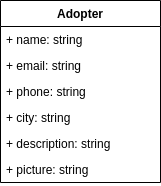
brunoaragao/AdoPet keeps this draw.io diagram as img/pet-adoption-service-class-diagram.drawio.png. Above is the earlier version. Source tidied: cells renumbered, new cells last; positions are measured from the earlier drawing's top-left corner, leaving out a move shared by most shapes. The source it was exported from:
```xml
<mxGraphModel>
  <root>
    <mxCell id="0" />
    <mxCell id="1" parent="0" />
    <mxCell id="2" value="Adopter" style="swimlane;fontStyle=1;align=center;verticalAlign=top;horizontal=1;startSize=26;" parent="1" vertex="1">
      <mxGeometry width="160" height="182" as="geometry" />
    </mxCell>
    <mxCell id="3" value="+ name: string" style="text;strokeColor=none;fillColor=none;align=left;verticalAlign=top;spacingLeft=4;spacingRight=4;overflow=hidden;" parent="2" vertex="1">
      <mxGeometry y="26" width="160" height="26" as="geometry" />
    </mxCell>
    <mxCell id="4" value="+ email: string" style="text;strokeColor=none;fillColor=none;align=left;verticalAlign=top;spacingLeft=4;spacingRight=4;overflow=hidden;" parent="2" vertex="1">
      <mxGeometry y="52" width="160" height="26" as="geometry" />
    </mxCell>
    <mxCell id="5" value="+ phone: string" style="text;strokeColor=none;fillColor=none;align=left;verticalAlign=top;spacingLeft=4;spacingRight=4;overflow=hidden;" parent="2" vertex="1">
      <mxGeometry y="78" width="160" height="26" as="geometry" />
    </mxCell>
    <mxCell id="6" value="+ city: string" style="text;strokeColor=none;fillColor=none;align=left;verticalAlign=top;spacingLeft=4;spacingRight=4;overflow=hidden;" parent="2" vertex="1">
      <mxGeometry y="104" width="160" height="26" as="geometry" />
    </mxCell>
    <mxCell id="7" value="+ description: string" style="text;strokeColor=none;fillColor=none;align=left;verticalAlign=top;spacingLeft=4;spacingRight=4;overflow=hidden;" parent="2" vertex="1">
      <mxGeometry y="130" width="160" height="26" as="geometry" />
    </mxCell>
    <mxCell id="8" value="+ picture: string" style="text;strokeColor=none;fillColor=none;align=left;verticalAlign=top;spacingLeft=4;spacingRight=4;overflow=hidden;" parent="2" vertex="1">
      <mxGeometry y="156" width="160" height="26" as="geometry" />
    </mxCell>
  </root>
</mxGraphModel>
```
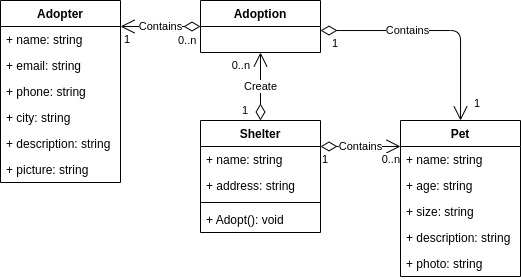
Above is the later version.

Change to the diagram source:
```diff
@@ -3,25 +3,123 @@
     <mxCell id="0" />
     <mxCell id="1" parent="0" />
     <mxCell id="2" value="Adopter" style="swimlane;fontStyle=1;align=center;verticalAlign=top;horizontal=1;startSize=26;" parent="1" vertex="1">
-      <mxGeometry width="160" height="182" as="geometry" />
+      <mxGeometry width="120" height="182" as="geometry" />
     </mxCell>
     <mxCell id="3" value="+ name: string" style="text;strokeColor=none;fillColor=none;align=left;verticalAlign=top;spacingLeft=4;spacingRight=4;overflow=hidden;" parent="2" vertex="1">
-      <mxGeometry y="26" width="160" height="26" as="geometry" />
+      <mxGeometry y="26" width="120" height="26" as="geometry" />
     </mxCell>
     <mxCell id="4" value="+ email: string" style="text;strokeColor=none;fillColor=none;align=left;verticalAlign=top;spacingLeft=4;spacingRight=4;overflow=hidden;" parent="2" vertex="1">
-      <mxGeometry y="52" width="160" height="26" as="geometry" />
+      <mxGeometry y="52" width="120" height="26" as="geometry" />
     </mxCell>
     <mxCell id="5" value="+ phone: string" style="text;strokeColor=none;fillColor=none;align=left;verticalAlign=top;spacingLeft=4;spacingRight=4;overflow=hidden;" parent="2" vertex="1">
-      <mxGeometry y="78" width="160" height="26" as="geometry" />
+      <mxGeometry y="78" width="120" height="26" as="geometry" />
     </mxCell>
     <mxCell id="6" value="+ city: string" style="text;strokeColor=none;fillColor=none;align=left;verticalAlign=top;spacingLeft=4;spacingRight=4;overflow=hidden;" parent="2" vertex="1">
-      <mxGeometry y="104" width="160" height="26" as="geometry" />
+      <mxGeometry y="104" width="120" height="26" as="geometry" />
     </mxCell>
     <mxCell id="7" value="+ description: string" style="text;strokeColor=none;fillColor=none;align=left;verticalAlign=top;spacingLeft=4;spacingRight=4;overflow=hidden;" parent="2" vertex="1">
-      <mxGeometry y="130" width="160" height="26" as="geometry" />
+      <mxGeometry y="130" width="120" height="26" as="geometry" />
     </mxCell>
     <mxCell id="8" value="+ picture: string" style="text;strokeColor=none;fillColor=none;align=left;verticalAlign=top;spacingLeft=4;spacingRight=4;overflow=hidden;" parent="2" vertex="1">
-      <mxGeometry y="156" width="160" height="26" as="geometry" />
+      <mxGeometry y="156" width="120" height="26" as="geometry" />
     </mxCell>
+    <mxCell id="9" value="Shelter" style="swimlane;fontStyle=1;align=center;verticalAlign=top;horizontal=1;startSize=26;" parent="1" vertex="1">
+      <mxGeometry x="200" y="120" width="120" height="112" as="geometry" />
+    </mxCell>
+    <mxCell id="10" value="+ name: string" style="text;strokeColor=none;fillColor=none;align=left;verticalAlign=top;spacingLeft=4;spacingRight=4;overflow=hidden;" parent="9" vertex="1">
+      <mxGeometry y="26" width="120" height="26" as="geometry" />
+    </mxCell>
+    <mxCell id="11" value="+ address: string" style="text;strokeColor=none;fillColor=none;align=left;verticalAlign=top;spacingLeft=4;spacingRight=4;overflow=hidden;" parent="9" vertex="1">
+      <mxGeometry y="52" width="120" height="26" as="geometry" />
+    </mxCell>
+    <mxCell id="12" style="line;strokeWidth=1;fillColor=none;align=left;verticalAlign=middle;spacingTop=-1;spacingLeft=3;spacingRight=3;labelPosition=right;strokeColor=inherit;" parent="9" vertex="1">
+      <mxGeometry y="78" width="120" height="8" as="geometry" />
+    </mxCell>
+    <mxCell id="13" value="+ Adopt(): void" style="text;strokeColor=none;fillColor=none;align=left;verticalAlign=top;spacingLeft=4;spacingRight=4;overflow=hidden;" parent="9" vertex="1">
+      <mxGeometry y="86" width="120" height="26" as="geometry" />
+    </mxCell>
+    <mxCell id="14" value="Adoption" style="swimlane;fontStyle=1;align=center;verticalAlign=top;horizontal=1;startSize=26;" parent="1" vertex="1">
+      <mxGeometry x="200" width="120" height="52" as="geometry" />
+    </mxCell>
+    <mxCell id="15" value="Pet" style="swimlane;fontStyle=1;align=center;verticalAlign=top;horizontal=1;startSize=26;" parent="1" vertex="1">
+      <mxGeometry x="400" y="120" width="120" height="156" as="geometry" />
+    </mxCell>
+    <mxCell id="16" value="+ name: string" style="text;strokeColor=none;fillColor=none;align=left;verticalAlign=top;spacingLeft=4;spacingRight=4;overflow=hidden;" parent="15" vertex="1">
+      <mxGeometry y="26" width="120" height="26" as="geometry" />
+    </mxCell>
+    <mxCell id="17" value="+ age: string" style="text;strokeColor=none;fillColor=none;align=left;verticalAlign=top;spacingLeft=4;spacingRight=4;overflow=hidden;" parent="15" vertex="1">
+      <mxGeometry y="52" width="120" height="26" as="geometry" />
+    </mxCell>
+    <mxCell id="18" value="+ size: string" style="text;strokeColor=none;fillColor=none;align=left;verticalAlign=top;spacingLeft=4;spacingRight=4;overflow=hidden;" parent="15" vertex="1">
+      <mxGeometry y="78" width="120" height="26" as="geometry" />
+    </mxCell>
+    <mxCell id="19" value="+ description: string" style="text;strokeColor=none;fillColor=none;align=left;verticalAlign=top;spacingLeft=4;spacingRight=4;overflow=hidden;" parent="15" vertex="1">
+      <mxGeometry y="104" width="120" height="26" as="geometry" />
+    </mxCell>
+    <mxCell id="20" value="+ photo: string" style="text;strokeColor=none;fillColor=none;align=left;verticalAlign=top;spacingLeft=4;spacingRight=4;overflow=hidden;" parent="15" vertex="1">
+      <mxGeometry y="130" width="120" height="26" as="geometry" />
+    </mxCell>
+    <mxCell id="21" value="Contains" style="endArrow=open;html=1;endSize=12;startArrow=diamondThin;startSize=14;startFill=0;edgeStyle=orthogonalEdgeStyle;" parent="1" edge="1" source="14" target="15">
+      <mxGeometry x="-0.24" relative="1" as="geometry">
+        <Array as="points">
+          <mxPoint x="460" y="30" />
+        </Array>
+      </mxGeometry>
+    </mxCell>
+    <mxCell id="22" value="1" style="edgeLabel;html=1;align=left;verticalAlign=top;" parent="21" vertex="1">
+      <mxGeometry x="-1" relative="1" as="geometry">
+        <mxPoint x="10" as="offset" />
+      </mxGeometry>
+    </mxCell>
+    <mxCell id="23" value="1" style="edgeLabel;html=1;align=right;verticalAlign=top;" parent="21" vertex="1">
+      <mxGeometry x="1" relative="1" as="geometry">
+        <mxPoint x="20" y="-30" as="offset" />
+      </mxGeometry>
+    </mxCell>
+    <mxCell id="24" value="Create" style="endArrow=open;html=1;endSize=12;startArrow=diamondThin;startSize=14;startFill=0;edgeStyle=orthogonalEdgeStyle;" parent="1" edge="1" source="9" target="14">
+      <mxGeometry relative="1" as="geometry" />
+    </mxCell>
+    <mxCell id="25" value="1" style="edgeLabel;html=1;align=left;verticalAlign=top;" parent="24" vertex="1">
+      <mxGeometry x="-1" relative="1" as="geometry">
+        <mxPoint x="-20" y="-23" as="offset" />
+      </mxGeometry>
+    </mxCell>
+    <mxCell id="26" value="0..n" style="edgeLabel;html=1;align=right;verticalAlign=top;" parent="24" vertex="1">
+      <mxGeometry x="1" relative="1" as="geometry">
+        <mxPoint x="-10" as="offset" />
+      </mxGeometry>
+    </mxCell>
+    <mxCell id="27" value="Contains" style="endArrow=open;html=1;endSize=12;startArrow=diamondThin;startSize=14;startFill=0;edgeStyle=orthogonalEdgeStyle;" parent="1" edge="1" source="14" target="2">
+      <mxGeometry relative="1" as="geometry">
+        <Array as="points">
+          <mxPoint x="280" y="40" />
+          <mxPoint x="280" y="40" />
+        </Array>
+      </mxGeometry>
+    </mxCell>
+    <mxCell id="28" value="0..n" style="edgeLabel;html=1;align=left;verticalAlign=top;" parent="27" vertex="1">
+      <mxGeometry x="-1" relative="1" as="geometry">
+        <mxPoint x="-24" y="1" as="offset" />
+      </mxGeometry>
+    </mxCell>
+    <mxCell id="29" value="1" style="edgeLabel;html=1;align=right;verticalAlign=top;" parent="27" vertex="1">
+      <mxGeometry x="1" relative="1" as="geometry">
+        <mxPoint x="10" as="offset" />
+      </mxGeometry>
+    </mxCell>
+    <mxCell id="30" value="Contains" style="endArrow=open;html=1;endSize=12;startArrow=diamondThin;startSize=14;startFill=0;edgeStyle=orthogonalEdgeStyle;" parent="1" edge="1" source="9" target="15">
+      <mxGeometry relative="1" as="geometry">
+        <Array as="points">
+          <mxPoint x="340" y="146" />
+          <mxPoint x="340" y="146" />
+        </Array>
+      </mxGeometry>
+    </mxCell>
+    <mxCell id="31" value="1" style="edgeLabel;html=1;align=left;verticalAlign=top;" parent="30" vertex="1">
+      <mxGeometry x="-1" relative="1" as="geometry" />
+    </mxCell>
+    <mxCell id="32" value="0..n" style="edgeLabel;html=1;align=right;verticalAlign=top;" parent="30" vertex="1">
+      <mxGeometry x="1" relative="1" as="geometry" />
+    </mxCell>
   </root>
 </mxGraphModel>
```
